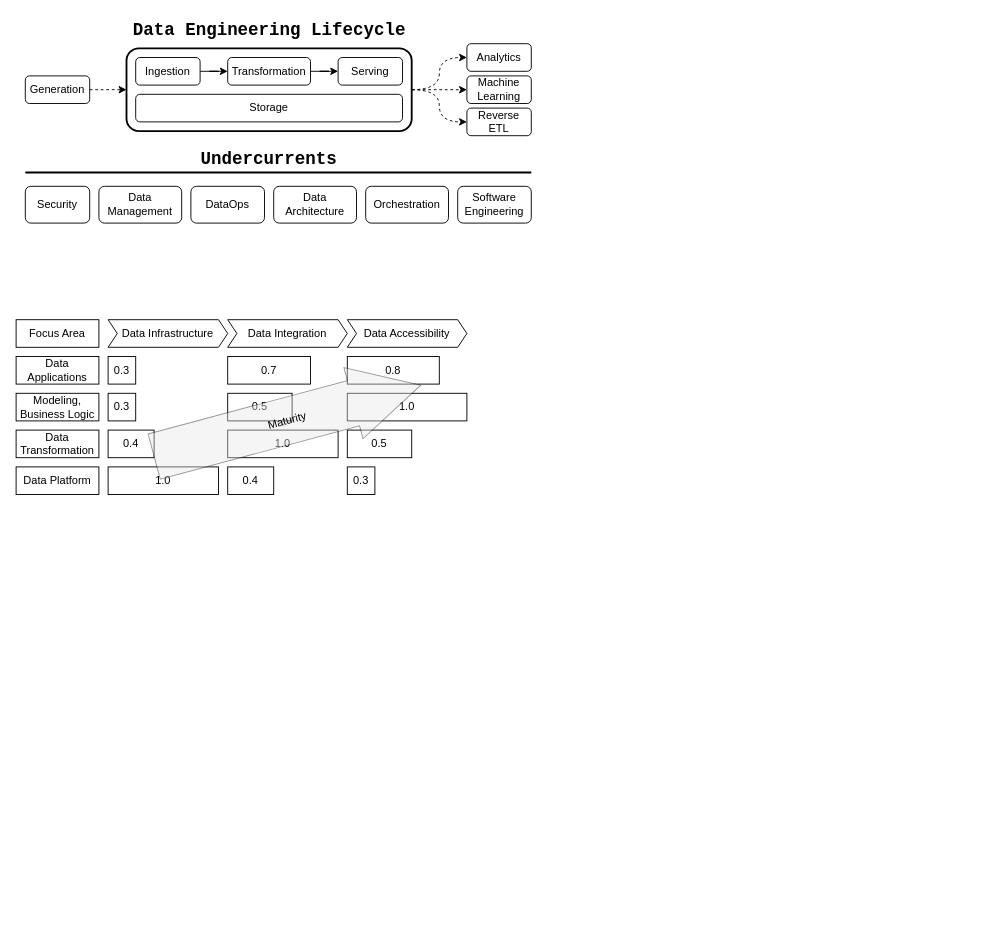
ddeutils/ddedocs keeps this draw.io diagram as assets/diagrams/dae-common.drawio. Above is the earlier version. Source tidied: cells renumbered, new cells numbered last; positions are measured from the earlier drawing's top-left corner, leaving out a move shared by most shapes. Both pictures are drawn from the tidied source at 92%, with x=0, y=0 at pixel (16, 16).
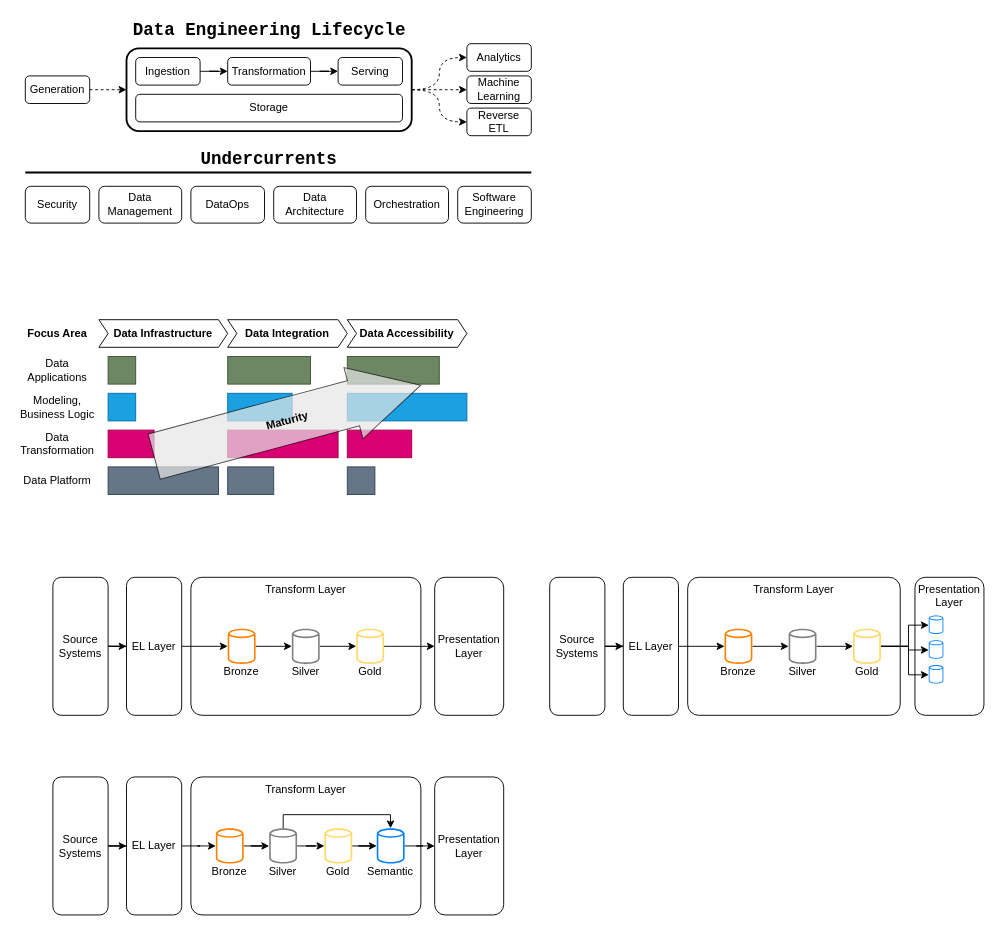
The same diagram, later.

Commit message (it also covers changes not shown here):
:clipboard: refs: ref docs from data storytelling.

The edit, as a diff of the source:
```diff
@@
-    <mxCell id="26" value="Data Infrastructure" style="shape=step;perimeter=stepPerimeter;whiteSpace=wrap;html=1;fixedSize=1;size=10;" parent="1" vertex="1">
-      <mxGeometry x="100" y="330" width="130" height="30" as="geometry" />
+    <mxCell id="26" value="Data Infrastructure" style="shape=step;perimeter=stepPerimeter;whiteSpace=wrap;html=1;fixedSize=1;size=10;fontStyle=1;" parent="1" vertex="1">
+      <mxGeometry x="90" y="330" width="140" height="30" as="geometry" />
     </mxCell>
-    <mxCell id="27" value="Focus Area" style="rounded=0;whiteSpace=wrap;html=1;fillColor=default;" parent="1" vertex="1">
+    <mxCell id="27" value="Focus Area" style="rounded=0;whiteSpace=wrap;html=1;fillColor=none;strokeColor=none;fontStyle=1;" parent="1" vertex="1">
       <mxGeometry y="330" width="90" height="30" as="geometry" />
     </mxCell>
-    <mxCell id="28" value="Data Integration" style="shape=step;perimeter=stepPerimeter;whiteSpace=wrap;html=1;fixedSize=1;size=10;" parent="1" vertex="1">
+    <mxCell id="28" value="Data Integration" style="shape=step;perimeter=stepPerimeter;whiteSpace=wrap;html=1;fixedSize=1;size=10;fontStyle=1;" parent="1" vertex="1">
       <mxGeometry x="230" y="330" width="130" height="30" as="geometry" />
     </mxCell>
-    <mxCell id="29" value="Data Accessibility" style="shape=step;perimeter=stepPerimeter;whiteSpace=wrap;html=1;fixedSize=1;size=10;" parent="1" vertex="1">
+    <mxCell id="29" value="Data Accessibility" style="shape=step;perimeter=stepPerimeter;whiteSpace=wrap;html=1;fixedSize=1;size=10;fontStyle=1;" parent="1" vertex="1">
       <mxGeometry x="360" y="330" width="130" height="30" as="geometry" />
     </mxCell>
-    <mxCell id="30" value="Data Applications" style="rounded=0;whiteSpace=wrap;html=1;" parent="1" vertex="1">
+    <mxCell id="30" value="Data Applications" style="rounded=0;whiteSpace=wrap;html=1;strokeColor=none;fillColor=none;" parent="1" vertex="1">
       <mxGeometry y="370" width="90" height="30" as="geometry" />
     </mxCell>
-    <mxCell id="31" value="Modeling, Business Logic" style="rounded=0;whiteSpace=wrap;html=1;" parent="1" vertex="1">
+    <mxCell id="31" value="Modeling, Business Logic" style="rounded=0;whiteSpace=wrap;html=1;strokeColor=none;fillColor=none;" parent="1" vertex="1">
       <mxGeometry y="410" width="90" height="30" as="geometry" />
     </mxCell>
-    <mxCell id="32" value="Data Transformation" style="rounded=0;whiteSpace=wrap;html=1;" parent="1" vertex="1">
+    <mxCell id="32" value="Data Transformation" style="rounded=0;whiteSpace=wrap;html=1;strokeColor=none;fillColor=none;" parent="1" vertex="1">
       <mxGeometry y="450" width="90" height="30" as="geometry" />
     </mxCell>
-    <mxCell id="33" value="Data Platform" style="rounded=0;whiteSpace=wrap;html=1;" parent="1" vertex="1">
+    <mxCell id="33" value="Data Platform" style="rounded=0;whiteSpace=wrap;html=1;strokeColor=none;fillColor=none;" parent="1" vertex="1">
       <mxGeometry y="490" width="90" height="30" as="geometry" />
     </mxCell>
-    <mxCell id="34" value="0.3" style="rounded=0;whiteSpace=wrap;html=1;" parent="1" vertex="1">
+    <mxCell id="34" value="0.3" style="rounded=0;whiteSpace=wrap;html=1;fillColor=#6d8764;fontColor=none;strokeColor=#3A5431;noLabel=1;" parent="1" vertex="1">
       <mxGeometry x="100" y="370" width="30" height="30" as="geometry" />
     </mxCell>
-    <mxCell id="35" value="0.3" style="rounded=0;whiteSpace=wrap;html=1;" parent="1" vertex="1">
+    <mxCell id="35" value="0.3" style="rounded=0;whiteSpace=wrap;html=1;fillColor=#1ba1e2;fontColor=none;strokeColor=#006EAF;noLabel=1;" parent="1" vertex="1">
       <mxGeometry x="100" y="410" width="30" height="30" as="geometry" />
     </mxCell>
-    <mxCell id="36" value="0.4" style="rounded=0;whiteSpace=wrap;html=1;" parent="1" vertex="1">
+    <mxCell id="36" value="0.4" style="rounded=0;whiteSpace=wrap;html=1;fillColor=#d80073;fontColor=none;strokeColor=#A50040;noLabel=1;" parent="1" vertex="1">
       <mxGeometry x="100" y="450" width="50" height="30" as="geometry" />
     </mxCell>
-    <mxCell id="37" value="1.0" style="rounded=0;whiteSpace=wrap;html=1;" parent="1" vertex="1">
+    <mxCell id="37" value="1.0" style="rounded=0;whiteSpace=wrap;html=1;fillColor=#647687;strokeColor=#314354;fontColor=none;noLabel=1;" parent="1" vertex="1">
       <mxGeometry x="100" y="490" width="120" height="30" as="geometry" />
     </mxCell>
-    <mxCell id="38" value="0.7" style="rounded=0;whiteSpace=wrap;html=1;" parent="1" vertex="1">
+    <mxCell id="38" value="0.7" style="rounded=0;whiteSpace=wrap;html=1;fillColor=#6d8764;fontColor=none;strokeColor=#3A5431;noLabel=1;" parent="1" vertex="1">
       <mxGeometry x="230" y="370" width="90" height="30" as="geometry" />
     </mxCell>
-    <mxCell id="39" value="0.5" style="rounded=0;whiteSpace=wrap;html=1;" parent="1" vertex="1">
+    <mxCell id="39" value="0.5" style="rounded=0;whiteSpace=wrap;html=1;fillColor=#1ba1e2;fontColor=none;strokeColor=#006EAF;noLabel=1;" parent="1" vertex="1">
       <mxGeometry x="230" y="410" width="70" height="30" as="geometry" />
     </mxCell>
-    <mxCell id="40" value="1.0" style="rounded=0;whiteSpace=wrap;html=1;" parent="1" vertex="1">
+    <mxCell id="40" value="1.0" style="rounded=0;whiteSpace=wrap;html=1;fillColor=#d80073;fontColor=none;strokeColor=#A50040;noLabel=1;" parent="1" vertex="1">
       <mxGeometry x="230" y="450" width="120" height="30" as="geometry" />
     </mxCell>
-    <mxCell id="41" value="0.4" style="rounded=0;whiteSpace=wrap;html=1;" parent="1" vertex="1">
+    <mxCell id="41" value="0.4" style="rounded=0;whiteSpace=wrap;html=1;fillColor=#647687;strokeColor=#314354;fontColor=none;noLabel=1;" parent="1" vertex="1">
       <mxGeometry x="230" y="490" width="50" height="30" as="geometry" />
     </mxCell>
-    <mxCell id="42" value="0.8" style="rounded=0;whiteSpace=wrap;html=1;" parent="1" vertex="1">
+    <mxCell id="42" value="0.8" style="rounded=0;whiteSpace=wrap;html=1;fillColor=#6d8764;fontColor=none;strokeColor=#3A5431;noLabel=1;" parent="1" vertex="1">
       <mxGeometry x="360" y="370" width="100" height="30" as="geometry" />
     </mxCell>
-    <mxCell id="43" value="1.0" style="rounded=0;whiteSpace=wrap;html=1;" parent="1" vertex="1">
+    <mxCell id="43" value="1.0" style="rounded=0;whiteSpace=wrap;html=1;fillColor=#1ba1e2;fontColor=none;strokeColor=#006EAF;noLabel=1;" parent="1" vertex="1">
       <mxGeometry x="360" y="410" width="130" height="30" as="geometry" />
     </mxCell>
-    <mxCell id="44" value="0.5" style="rounded=0;whiteSpace=wrap;html=1;" parent="1" vertex="1">
+    <mxCell id="44" value="0.5" style="rounded=0;whiteSpace=wrap;html=1;fillColor=#d80073;fontColor=none;strokeColor=#A50040;noLabel=1;" parent="1" vertex="1">
       <mxGeometry x="360" y="450" width="70" height="30" as="geometry" />
     </mxCell>
-    <mxCell id="45" value="0.3" style="rounded=0;whiteSpace=wrap;html=1;" parent="1" vertex="1">
+    <mxCell id="45" value="0.3" style="rounded=0;whiteSpace=wrap;html=1;fillColor=#647687;strokeColor=#314354;fontColor=none;noLabel=1;" parent="1" vertex="1">
       <mxGeometry x="360" y="490" width="30" height="30" as="geometry" />
     </mxCell>
-    <mxCell id="46" value="Maturity" style="shape=singleArrow;whiteSpace=wrap;html=1;rotation=-15;arrowWidth=0.6362938816373471;arrowSize=0.2525101403077794;opacity=40;fillColor=#E6E6E6;" parent="1" vertex="1">
+    <mxCell id="46" value="Maturity" style="shape=singleArrow;whiteSpace=wrap;html=1;rotation=-15;arrowWidth=0.6362938816373471;arrowSize=0.2525101403077794;opacity=70;fillColor=#E6E6E6;fontStyle=1;" parent="1" vertex="1">
       <mxGeometry x="145" y="400" width="300" height="80" as="geometry" />
     </mxCell>
+    <mxCell id="47" style="edgeStyle=orthogonalEdgeStyle;rounded=0;jettySize=auto;html=1;" parent="1" edge="1" source="48" target="50">
+      <mxGeometry relative="1" as="geometry" />
+    </mxCell>
+    <mxCell id="48" value="Source Systems" style="rounded=1;whiteSpace=wrap;html=1;" parent="1" vertex="1">
+      <mxGeometry x="40" y="610" width="60" height="150" as="geometry" />
+    </mxCell>
+    <mxCell id="49" style="edgeStyle=orthogonalEdgeStyle;rounded=0;jettySize=auto;html=1;" parent="1" edge="1" source="50" target="54">
+      <mxGeometry relative="1" as="geometry" />
+    </mxCell>
+    <mxCell id="50" value="EL Layer" style="rounded=1;whiteSpace=wrap;html=1;" parent="1" vertex="1">
+      <mxGeometry x="120" y="610" width="60" height="150" as="geometry" />
+    </mxCell>
+    <mxCell id="51" value="Transform Layer" style="rounded=1;whiteSpace=wrap;html=1;arcSize=8;verticalAlign=top;fillColor=none;" parent="1" vertex="1">
+      <mxGeometry x="190" y="610" width="250" height="150" as="geometry" />
+    </mxCell>
+    <mxCell id="52" value="Presentation Layer" style="rounded=1;whiteSpace=wrap;html=1;" parent="1" vertex="1">
+      <mxGeometry x="455" y="610" width="75" height="150" as="geometry" />
+    </mxCell>
+    <mxCell id="53" style="edgeStyle=orthogonalEdgeStyle;rounded=0;jettySize=auto;html=1;" parent="1" edge="1" source="54" target="56">
+      <mxGeometry relative="1" as="geometry" />
+    </mxCell>
+    <mxCell id="54" style="sketch=0;outlineConnect=0;fontColor=#232F3E;gradientColor=none;fillColor=#FF8000;strokeColor=none;dashed=0;verticalLabelPosition=bottom;verticalAlign=top;align=center;html=1;fontSize=12;fontStyle=0;shape=mxgraph.aws4.generic_database;" parent="1" vertex="1">
+      <mxGeometry x="230" y="665" width="30.3" height="40" as="geometry" />
+    </mxCell>
+    <mxCell id="55" style="edgeStyle=orthogonalEdgeStyle;rounded=0;jettySize=auto;html=1;" parent="1" edge="1" source="56" target="58">
+      <mxGeometry relative="1" as="geometry" />
+    </mxCell>
+    <mxCell id="56" style="sketch=0;outlineConnect=0;fontColor=#232F3E;gradientColor=none;fillColor=#808080;strokeColor=none;dashed=0;verticalLabelPosition=bottom;verticalAlign=top;align=center;html=1;fontSize=12;fontStyle=0;shape=mxgraph.aws4.generic_database;" parent="1" vertex="1">
+      <mxGeometry x="299.7" y="665" width="30.3" height="40" as="geometry" />
+    </mxCell>
+    <mxCell id="57" style="edgeStyle=orthogonalEdgeStyle;rounded=0;jettySize=auto;html=1;entryX=0;entryY=0.5;entryDx=0;entryDy=0;" parent="1" edge="1" source="58" target="52">
+      <mxGeometry relative="1" as="geometry" />
+    </mxCell>
+    <mxCell id="58" style="sketch=0;outlineConnect=0;fontColor=#232F3E;gradientColor=none;fillColor=#FFD966;strokeColor=none;dashed=0;verticalLabelPosition=bottom;verticalAlign=top;align=center;html=1;fontSize=12;fontStyle=0;shape=mxgraph.aws4.generic_database;" parent="1" vertex="1">
+      <mxGeometry x="369.7" y="665" width="30.3" height="40" as="geometry" />
+    </mxCell>
+    <mxCell id="59" value="Bronze" style="text;html=1;align=center;verticalAlign=middle;whiteSpace=wrap;rounded=0;" parent="1" vertex="1">
+      <mxGeometry x="215.1" y="705" width="60" height="15" as="geometry" />
+    </mxCell>
+    <mxCell id="60" value="Silver" style="text;html=1;align=center;verticalAlign=middle;whiteSpace=wrap;rounded=0;" parent="1" vertex="1">
+      <mxGeometry x="285" y="705" width="60" height="15" as="geometry" />
+    </mxCell>
+    <mxCell id="61" value="Gold" style="text;html=1;align=center;verticalAlign=middle;whiteSpace=wrap;rounded=0;" parent="1" vertex="1">
+      <mxGeometry x="354.9" y="705" width="60" height="15" as="geometry" />
+    </mxCell>
+    <mxCell id="62" style="edgeStyle=orthogonalEdgeStyle;rounded=0;jettySize=auto;html=1;" parent="1" edge="1" source="63" target="65">
+      <mxGeometry relative="1" as="geometry" />
+    </mxCell>
+    <mxCell id="63" value="Source Systems" style="rounded=1;whiteSpace=wrap;html=1;" parent="1" vertex="1">
+      <mxGeometry x="40" y="827" width="60" height="150" as="geometry" />
+    </mxCell>
+    <mxCell id="64" style="edgeStyle=orthogonalEdgeStyle;rounded=0;jettySize=auto;html=1;" parent="1" edge="1" source="65" target="69">
+      <mxGeometry relative="1" as="geometry" />
+    </mxCell>
+    <mxCell id="65" value="EL Layer" style="rounded=1;whiteSpace=wrap;html=1;" parent="1" vertex="1">
+      <mxGeometry x="120" y="827" width="60" height="150" as="geometry" />
+    </mxCell>
+    <mxCell id="66" value="Transform Layer" style="rounded=1;whiteSpace=wrap;html=1;arcSize=8;verticalAlign=top;fillColor=none;" parent="1" vertex="1">
+      <mxGeometry x="190" y="827" width="250" height="150" as="geometry" />
+    </mxCell>
+    <mxCell id="67" value="Presentation Layer" style="rounded=1;whiteSpace=wrap;html=1;" parent="1" vertex="1">
+      <mxGeometry x="455" y="827" width="75" height="150" as="geometry" />
+    </mxCell>
+    <mxCell id="68" style="edgeStyle=orthogonalEdgeStyle;rounded=0;jettySize=auto;html=1;" parent="1" edge="1" source="69" target="72">
+      <mxGeometry relative="1" as="geometry" />
+    </mxCell>
+    <mxCell id="69" style="sketch=0;outlineConnect=0;fontColor=#232F3E;gradientColor=none;fillColor=#FF8000;strokeColor=none;dashed=0;verticalLabelPosition=bottom;verticalAlign=top;align=center;html=1;fontSize=12;fontStyle=0;shape=mxgraph.aws4.generic_database;" parent="1" vertex="1">
+      <mxGeometry x="217.1" y="882" width="30.3" height="40" as="geometry" />
+    </mxCell>
+    <mxCell id="70" style="edgeStyle=orthogonalEdgeStyle;rounded=0;jettySize=auto;html=1;" parent="1" edge="1" source="72" target="74">
+      <mxGeometry relative="1" as="geometry" />
+    </mxCell>
+    <mxCell id="71" style="edgeStyle=orthogonalEdgeStyle;rounded=0;jettySize=auto;html=1;" parent="1" edge="1" source="72" target="79">
+      <mxGeometry relative="1" as="geometry">
+        <Array as="points">
+          <mxPoint x="290" y="868" />
+          <mxPoint x="407" y="868" />
+        </Array>
+      </mxGeometry>
+    </mxCell>
+    <mxCell id="72" style="sketch=0;outlineConnect=0;fontColor=#232F3E;gradientColor=none;fillColor=#808080;strokeColor=none;dashed=0;verticalLabelPosition=bottom;verticalAlign=top;align=center;html=1;fontSize=12;fontStyle=0;shape=mxgraph.aws4.generic_database;" parent="1" vertex="1">
+      <mxGeometry x="275.1" y="882" width="30.3" height="40" as="geometry" />
+    </mxCell>
+    <mxCell id="73" style="edgeStyle=orthogonalEdgeStyle;rounded=0;jettySize=auto;html=1;entryX=0;entryY=0.5;entryDx=0;entryDy=0;" parent="1" edge="1" source="79" target="67">
+      <mxGeometry relative="1" as="geometry" />
+    </mxCell>
+    <mxCell id="74" style="sketch=0;outlineConnect=0;fontColor=#232F3E;gradientColor=none;fillColor=#FFD966;strokeColor=none;dashed=0;verticalLabelPosition=bottom;verticalAlign=top;align=center;html=1;fontSize=12;fontStyle=0;shape=mxgraph.aws4.generic_database;" parent="1" vertex="1">
+      <mxGeometry x="335.1" y="882" width="30.3" height="40" as="geometry" />
+    </mxCell>
+    <mxCell id="75" value="Bronze" style="text;html=1;align=center;verticalAlign=middle;whiteSpace=wrap;rounded=0;" parent="1" vertex="1">
+      <mxGeometry x="202.3" y="922" width="60" height="15" as="geometry" />
+    </mxCell>
+    <mxCell id="76" value="Silver" style="text;html=1;align=center;verticalAlign=middle;whiteSpace=wrap;rounded=0;" parent="1" vertex="1">
+      <mxGeometry x="260.3" y="922" width="60" height="15" as="geometry" />
+    </mxCell>
+    <mxCell id="77" value="Gold" style="text;html=1;align=center;verticalAlign=middle;whiteSpace=wrap;rounded=0;" parent="1" vertex="1">
+      <mxGeometry x="320.3" y="922" width="60" height="15" as="geometry" />
+    </mxCell>
+    <mxCell id="78" style="edgeStyle=orthogonalEdgeStyle;rounded=0;jettySize=auto;html=1;entryX=0;entryY=0.5;entryDx=0;entryDy=0;" parent="1" edge="1" source="74" target="79">
+      <mxGeometry relative="1" as="geometry" />
+    </mxCell>
+    <mxCell id="79" style="sketch=0;outlineConnect=0;fontColor=#232F3E;gradientColor=none;fillColor=#007FFF;strokeColor=none;dashed=0;verticalLabelPosition=bottom;verticalAlign=top;align=center;html=1;fontSize=12;fontStyle=0;shape=mxgraph.aws4.generic_database;" parent="1" vertex="1">
+      <mxGeometry x="392" y="882" width="30.3" height="40" as="geometry" />
+    </mxCell>
+    <mxCell id="80" value="Semantic" style="text;html=1;align=center;verticalAlign=middle;whiteSpace=wrap;rounded=0;" parent="1" vertex="1">
+      <mxGeometry x="377.1" y="922" width="60" height="15" as="geometry" />
+    </mxCell>
+    <mxCell id="81" style="edgeStyle=orthogonalEdgeStyle;rounded=0;jettySize=auto;html=1;" parent="1" edge="1" source="82" target="84">
+      <mxGeometry relative="1" as="geometry" />
+    </mxCell>
+    <mxCell id="82" value="Source Systems" style="rounded=1;whiteSpace=wrap;html=1;" parent="1" vertex="1">
+      <mxGeometry x="580" y="610" width="60" height="150" as="geometry" />
+    </mxCell>
+    <mxCell id="83" style="edgeStyle=orthogonalEdgeStyle;rounded=0;jettySize=auto;html=1;" parent="1" edge="1" source="84" target="88">
+      <mxGeometry relative="1" as="geometry" />
+    </mxCell>
+    <mxCell id="84" value="EL Layer" style="rounded=1;whiteSpace=wrap;html=1;" parent="1" vertex="1">
+      <mxGeometry x="660" y="610" width="60" height="150" as="geometry" />
+    </mxCell>
+    <mxCell id="85" value="Transform Layer" style="rounded=1;whiteSpace=wrap;html=1;arcSize=8;verticalAlign=top;fillColor=none;" parent="1" vertex="1">
+      <mxGeometry x="730" y="610" width="231" height="150" as="geometry" />
+    </mxCell>
+    <mxCell id="86" value="Presentation Layer" style="rounded=1;whiteSpace=wrap;html=1;verticalAlign=top;" parent="1" vertex="1">
+      <mxGeometry x="977" y="610" width="75" height="150" as="geometry" />
+    </mxCell>
+    <mxCell id="87" style="edgeStyle=orthogonalEdgeStyle;rounded=0;jettySize=auto;html=1;" parent="1" edge="1" source="88" target="90">
+      <mxGeometry relative="1" as="geometry" />
+    </mxCell>
+    <mxCell id="88" style="sketch=0;outlineConnect=0;fontColor=#232F3E;gradientColor=none;fillColor=#FF8000;strokeColor=none;dashed=0;verticalLabelPosition=bottom;verticalAlign=top;align=center;html=1;fontSize=12;fontStyle=0;shape=mxgraph.aws4.generic_database;" parent="1" vertex="1">
+      <mxGeometry x="770" y="665" width="30.3" height="40" as="geometry" />
+    </mxCell>
+    <mxCell id="89" style="edgeStyle=orthogonalEdgeStyle;rounded=0;jettySize=auto;html=1;" parent="1" edge="1" source="90" target="94">
+      <mxGeometry relative="1" as="geometry" />
+    </mxCell>
+    <mxCell id="90" style="sketch=0;outlineConnect=0;fontColor=#232F3E;gradientColor=none;fillColor=#808080;strokeColor=none;dashed=0;verticalLabelPosition=bottom;verticalAlign=top;align=center;html=1;fontSize=12;fontStyle=0;shape=mxgraph.aws4.generic_database;" parent="1" vertex="1">
+      <mxGeometry x="839.7" y="665" width="30.3" height="40" as="geometry" />
+    </mxCell>
+    <mxCell id="91" style="edgeStyle=orthogonalEdgeStyle;rounded=0;jettySize=auto;html=1;" parent="1" edge="1" source="94" target="98">
+      <mxGeometry relative="1" as="geometry">
+        <Array as="points">
+          <mxPoint x="970" y="685" />
+          <mxPoint x="970" y="662" />
+        </Array>
+      </mxGeometry>
+    </mxCell>
+    <mxCell id="92" style="edgeStyle=orthogonalEdgeStyle;rounded=0;jettySize=auto;html=1;" parent="1" edge="1" source="94" target="99">
+      <mxGeometry relative="1" as="geometry">
+        <Array as="points">
+          <mxPoint x="970" y="685" />
+          <mxPoint x="970" y="689" />
+        </Array>
+      </mxGeometry>
+    </mxCell>
+    <mxCell id="93" style="edgeStyle=orthogonalEdgeStyle;rounded=0;jettySize=auto;html=1;" parent="1" edge="1" source="94" target="100">
+      <mxGeometry relative="1" as="geometry">
+        <Array as="points">
+          <mxPoint x="970" y="685" />
+          <mxPoint x="970" y="716" />
+        </Array>
+      </mxGeometry>
+    </mxCell>
+    <mxCell id="94" style="sketch=0;outlineConnect=0;fontColor=#232F3E;gradientColor=none;fillColor=#FFD966;strokeColor=none;dashed=0;verticalLabelPosition=bottom;verticalAlign=top;align=center;html=1;fontSize=12;fontStyle=0;shape=mxgraph.aws4.generic_database;" parent="1" vertex="1">
+      <mxGeometry x="909.7" y="665" width="30.3" height="40" as="geometry" />
+    </mxCell>
+    <mxCell id="95" value="Bronze" style="text;html=1;align=center;verticalAlign=middle;whiteSpace=wrap;rounded=0;" parent="1" vertex="1">
+      <mxGeometry x="755.1" y="705" width="60" height="15" as="geometry" />
+    </mxCell>
+    <mxCell id="96" value="Silver" style="text;html=1;align=center;verticalAlign=middle;whiteSpace=wrap;rounded=0;" parent="1" vertex="1">
+      <mxGeometry x="825" y="705" width="60" height="15" as="geometry" />
+    </mxCell>
+    <mxCell id="97" value="Gold" style="text;html=1;align=center;verticalAlign=middle;whiteSpace=wrap;rounded=0;" parent="1" vertex="1">
+      <mxGeometry x="894.9" y="705" width="60" height="15" as="geometry" />
+    </mxCell>
+    <mxCell id="98" style="sketch=0;outlineConnect=0;fontColor=#007FFF;gradientColor=none;fillColor=#007FFF;strokeColor=none;dashed=0;verticalLabelPosition=bottom;verticalAlign=top;align=center;html=1;fontSize=12;fontStyle=0;shape=mxgraph.aws4.generic_database;" parent="1" vertex="1">
+      <mxGeometry x="992" y="651" width="15.9" height="21" as="geometry" />
+    </mxCell>
+    <mxCell id="99" style="sketch=0;outlineConnect=0;fontColor=#007FFF;gradientColor=none;fillColor=#007FFF;strokeColor=none;dashed=0;verticalLabelPosition=bottom;verticalAlign=top;align=center;html=1;fontSize=12;fontStyle=0;shape=mxgraph.aws4.generic_database;" parent="1" vertex="1">
+      <mxGeometry x="992" y="678" width="15.9" height="21" as="geometry" />
+    </mxCell>
+    <mxCell id="100" style="sketch=0;outlineConnect=0;fontColor=#007FFF;gradientColor=none;fillColor=#007FFF;strokeColor=none;dashed=0;verticalLabelPosition=bottom;verticalAlign=top;align=center;html=1;fontSize=12;fontStyle=0;shape=mxgraph.aws4.generic_database;" parent="1" vertex="1">
+      <mxGeometry x="992" y="705" width="15.9" height="21" as="geometry" />
+    </mxCell>
```
